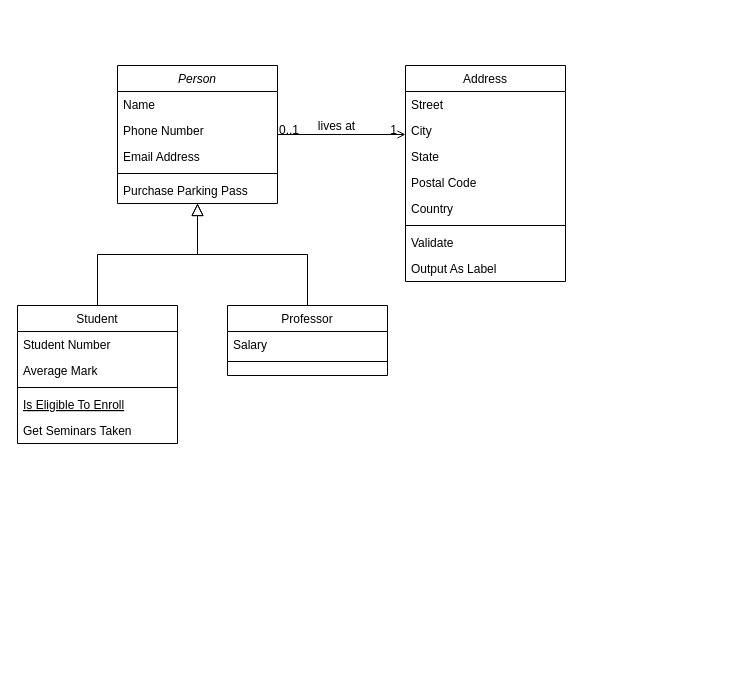
Before: LibreriaWeb.drawio in NachoCro/LibreriaWeb, a draw.io diagram. Source tidied: cells renumbered, new cells numbered last; positions are measured from the earlier drawing's top-left corner, leaving out a move shared by most shapes. Both pictures are drawn from the tidied source at 100%, with x=0, y=0 at pixel (17, 65).
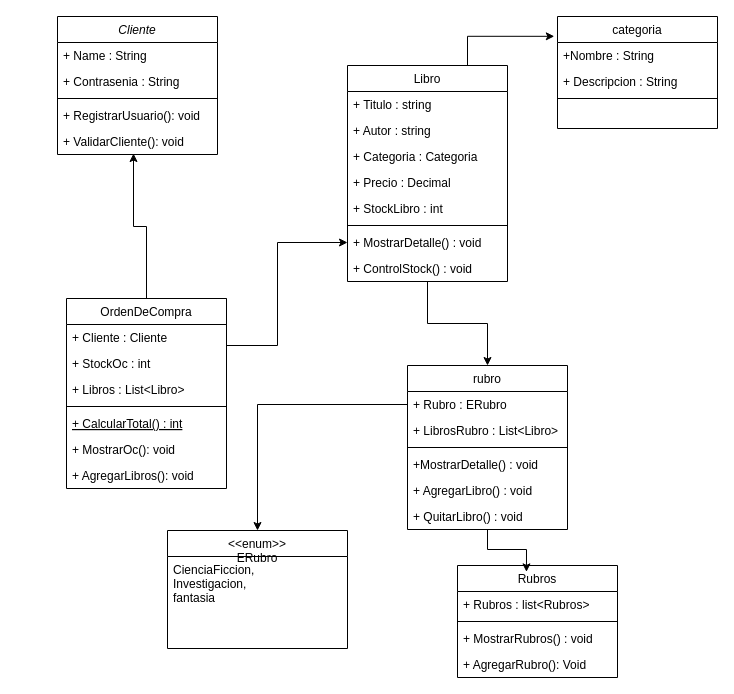
The same diagram, later.

Change to the diagram source:
```diff
@@
-    <mxCell id="2" value="Person" style="swimlane;fontStyle=2;align=center;verticalAlign=top;horizontal=1;startSize=26;rounded=0;shadow=0;strokeWidth=1;" parent="1" vertex="1">
-      <mxGeometry x="100" width="160" height="138" as="geometry" />
+    <mxCell id="2" value="Cliente" style="swimlane;fontStyle=2;align=center;verticalAlign=top;horizontal=1;startSize=26;rounded=0;shadow=0;strokeWidth=1;" parent="1" vertex="1">
+      <mxGeometry x="40" y="-49" width="160" height="138" as="geometry" />
     </mxCell>
-    <mxCell id="3" value="Name" style="text;align=left;verticalAlign=top;spacingLeft=4;spacingRight=4;overflow=hidden;" parent="2" vertex="1">
+    <mxCell id="3" value="+ Name : String" style="text;align=left;verticalAlign=top;spacingLeft=4;spacingRight=4;overflow=hidden;" parent="2" vertex="1">
       <mxGeometry y="26" width="160" height="26" as="geometry" />
     </mxCell>
-    <mxCell id="4" value="Phone Number" style="text;align=left;verticalAlign=top;spacingLeft=4;spacingRight=4;overflow=hidden;rounded=0;shadow=0;html=0;" parent="2" vertex="1">
+    <mxCell id="4" value="+ Contrasenia : String" style="text;align=left;verticalAlign=top;spacingLeft=4;spacingRight=4;overflow=hidden;rounded=0;shadow=0;html=0;" parent="2" vertex="1">
       <mxGeometry y="52" width="160" height="26" as="geometry" />
     </mxCell>
-    <mxCell id="5" value="Email Address" style="text;align=left;verticalAlign=top;spacingLeft=4;spacingRight=4;overflow=hidden;rounded=0;shadow=0;html=0;" parent="2" vertex="1">
-      <mxGeometry y="78" width="160" height="26" as="geometry" />
-    </mxCell>
     <mxCell id="6" style="line;html=1;strokeWidth=1;align=left;verticalAlign=middle;spacingTop=-1;spacingLeft=3;spacingRight=3;labelPosition=right;" parent="2" vertex="1">
-      <mxGeometry y="104" width="160" height="8" as="geometry" />
+      <mxGeometry y="78" width="160" height="8" as="geometry" />
     </mxCell>
-    <mxCell id="7" value="Purchase Parking Pass" style="text;align=left;verticalAlign=top;spacingLeft=4;spacingRight=4;overflow=hidden;" parent="2" vertex="1">
-      <mxGeometry y="112" width="160" height="26" as="geometry" />
+    <mxCell id="7" value="+ RegistrarUsuario(): void" style="text;align=left;verticalAlign=top;spacingLeft=4;spacingRight=4;overflow=hidden;" parent="2" vertex="1">
+      <mxGeometry y="86" width="160" height="26" as="geometry" />
     </mxCell>
+    <mxCell id="32" value="+ ValidarCliente(): void" style="text;align=left;verticalAlign=top;spacingLeft=4;spacingRight=4;overflow=hidden;points=[[0,0.5],[1,0.5]];portConstraint=eastwest;" parent="2" vertex="1">
+      <mxGeometry y="112" width="160" height="26" as="geometry" />
+    </mxCell>
+    <mxCell id="33" style="edgeStyle=orthogonalEdgeStyle;rounded=0;jettySize=auto;html=1;exitX=1;exitY=0;exitDx=0;exitDy=0;entryX=0;entryY=0.5;entryDx=0;entryDy=0;" parent="1" edge="1" source="8" target="26">
+      <mxGeometry relative="1" as="geometry">
+        <Array as="points">
+          <mxPoint x="209" y="280" />
+          <mxPoint x="260" y="280" />
+          <mxPoint x="260" y="177" />
+        </Array>
+      </mxGeometry>
+    </mxCell>
-    <mxCell id="8" value="Student" style="swimlane;fontStyle=0;align=center;verticalAlign=top;horizontal=1;startSize=26;rounded=0;shadow=0;strokeWidth=1;" parent="1" vertex="1">
-      <mxGeometry y="240" width="160" height="138" as="geometry" />
+    <mxCell id="8" value="OrdenDeCompra&#10;" style="swimlane;fontStyle=0;align=center;verticalAlign=top;horizontal=1;startSize=26;rounded=0;shadow=0;strokeWidth=1;" parent="1" vertex="1">
+      <mxGeometry x="49" y="233" width="160" height="190" as="geometry" />
     </mxCell>
-    <mxCell id="9" value="Student Number" style="text;align=left;verticalAlign=top;spacingLeft=4;spacingRight=4;overflow=hidden;" parent="8" vertex="1">
+    <mxCell id="9" value="+ Cliente : Cliente   " style="text;align=left;verticalAlign=top;spacingLeft=4;spacingRight=4;overflow=hidden;" parent="8" vertex="1">
       <mxGeometry y="26" width="160" height="26" as="geometry" />
     </mxCell>
-    <mxCell id="10" value="Average Mark" style="text;align=left;verticalAlign=top;spacingLeft=4;spacingRight=4;overflow=hidden;rounded=0;shadow=0;html=0;" parent="8" vertex="1">
+    <mxCell id="10" value="+ StockOc : int" style="text;align=left;verticalAlign=top;spacingLeft=4;spacingRight=4;overflow=hidden;rounded=0;shadow=0;html=0;" parent="8" vertex="1">
       <mxGeometry y="52" width="160" height="26" as="geometry" />
     </mxCell>
+    <mxCell id="34" value="+ Libros : List&lt;Libro&gt;" style="text;align=left;verticalAlign=top;spacingLeft=4;spacingRight=4;overflow=hidden;rounded=0;shadow=0;html=0;" parent="8" vertex="1">
+      <mxGeometry y="78" width="160" height="26" as="geometry" />
+    </mxCell>
     <mxCell id="11" style="line;html=1;strokeWidth=1;align=left;verticalAlign=middle;spacingTop=-1;spacingLeft=3;spacingRight=3;labelPosition=right;" parent="8" vertex="1">
-      <mxGeometry y="78" width="160" height="8" as="geometry" />
+      <mxGeometry y="104" width="160" height="8" as="geometry" />
     </mxCell>
-    <mxCell id="12" value="Is Eligible To Enroll" style="text;align=left;verticalAlign=top;spacingLeft=4;spacingRight=4;overflow=hidden;fontStyle=4;" parent="8" vertex="1">
-      <mxGeometry y="86" width="160" height="26" as="geometry" />
+    <mxCell id="12" value="+ CalcularTotal() : int" style="text;align=left;verticalAlign=top;spacingLeft=4;spacingRight=4;overflow=hidden;fontStyle=4;" parent="8" vertex="1">
+      <mxGeometry y="112" width="160" height="26" as="geometry" />
     </mxCell>
-    <mxCell id="13" value="Get Seminars Taken" style="text;align=left;verticalAlign=top;spacingLeft=4;spacingRight=4;overflow=hidden;" parent="8" vertex="1">
-      <mxGeometry y="112" width="160" height="26" as="geometry" />
+    <mxCell id="13" value="+ MostrarOc(): void" style="text;align=left;verticalAlign=top;spacingLeft=4;spacingRight=4;overflow=hidden;" parent="8" vertex="1">
+      <mxGeometry y="138" width="160" height="26" as="geometry" />
     </mxCell>
-    <mxCell id="14" style="endArrow=block;endSize=10;endFill=0;shadow=0;strokeWidth=1;rounded=0;curved=0;edgeStyle=elbowEdgeStyle;elbow=vertical;" parent="1" edge="1" source="8" target="2">
-      <mxGeometry relative="1" as="geometry" />
-    </mxCell>
+    <mxCell id="35" value="+ AgregarLibros(): void" style="text;align=left;verticalAlign=top;spacingLeft=4;spacingRight=4;overflow=hidden;" parent="8" vertex="1">
+      <mxGeometry y="164" width="160" height="26" as="geometry" />
+    </mxCell>
-    <mxCell id="15" value="Professor" style="swimlane;fontStyle=0;align=center;verticalAlign=top;horizontal=1;startSize=26;rounded=0;shadow=0;strokeWidth=1;" parent="1" vertex="1">
-      <mxGeometry x="210" y="240" width="160" height="70" as="geometry" />
+    <mxCell id="15" value="rubro" style="swimlane;fontStyle=0;align=center;verticalAlign=top;horizontal=1;startSize=26;rounded=0;shadow=0;strokeWidth=1;" parent="1" vertex="1">
+      <mxGeometry x="390" y="300" width="160" height="164" as="geometry" />
     </mxCell>
-    <mxCell id="16" value="Salary" style="text;align=left;verticalAlign=top;spacingLeft=4;spacingRight=4;overflow=hidden;points=[[0,0.5],[1,0.5]];portConstraint=eastwest;" parent="15" vertex="1">
+    <mxCell id="16" value="+ Rubro : ERubro&#10;" style="text;align=left;verticalAlign=top;spacingLeft=4;spacingRight=4;overflow=hidden;points=[[0,0.5],[1,0.5]];portConstraint=eastwest;" parent="15" vertex="1">
       <mxGeometry y="26" width="160" height="26" as="geometry" />
     </mxCell>
+    <mxCell id="36" value="+ LibrosRubro : List&lt;Libro&gt;" style="text;align=left;verticalAlign=top;spacingLeft=4;spacingRight=4;overflow=hidden;" parent="15" vertex="1">
+      <mxGeometry y="52" width="160" height="26" as="geometry" />
+    </mxCell>
     <mxCell id="17" style="line;html=1;strokeWidth=1;align=left;verticalAlign=middle;spacingTop=-1;spacingLeft=3;spacingRight=3;labelPosition=right;" parent="15" vertex="1">
-      <mxGeometry y="52" width="160" height="8" as="geometry" />
+      <mxGeometry y="78" width="160" height="8" as="geometry" />
     </mxCell>
-    <mxCell id="18" style="endArrow=block;endSize=10;endFill=0;shadow=0;strokeWidth=1;rounded=0;curved=0;edgeStyle=elbowEdgeStyle;elbow=vertical;" parent="1" edge="1" source="15" target="2">
-      <mxGeometry relative="1" as="geometry" />
-    </mxCell>
+    <mxCell id="37" value="+MostrarDetalle() : void" style="text;align=left;verticalAlign=top;spacingLeft=4;spacingRight=4;overflow=hidden;" parent="15" vertex="1">
+      <mxGeometry y="86" width="160" height="26" as="geometry" />
+    </mxCell>
+    <mxCell id="38" value="+ AgregarLibro() : void" style="text;align=left;verticalAlign=top;spacingLeft=4;spacingRight=4;overflow=hidden;" parent="15" vertex="1">
+      <mxGeometry y="112" width="160" height="26" as="geometry" />
+    </mxCell>
+    <mxCell id="39" value="+ QuitarLibro() : void" style="text;align=left;verticalAlign=top;spacingLeft=4;spacingRight=4;overflow=hidden;" parent="15" vertex="1">
+      <mxGeometry y="138" width="160" height="26" as="geometry" />
+    </mxCell>
+    <mxCell id="40" style="edgeStyle=orthogonalEdgeStyle;rounded=0;jettySize=auto;html=1;exitX=0.5;exitY=1;exitDx=0;exitDy=0;entryX=0.5;entryY=0;entryDx=0;entryDy=0;" parent="1" edge="1" source="19" target="15">
+      <mxGeometry relative="1" as="geometry" />
+    </mxCell>
-    <mxCell id="19" value="Address" style="swimlane;fontStyle=0;align=center;verticalAlign=top;horizontal=1;startSize=26;rounded=0;shadow=0;strokeWidth=1;" parent="1" vertex="1">
-      <mxGeometry x="388" width="160" height="216" as="geometry" />
+    <mxCell id="19" value="Libro" style="swimlane;fontStyle=0;align=center;verticalAlign=top;horizontal=1;startSize=26;rounded=0;shadow=0;strokeWidth=1;" parent="1" vertex="1">
+      <mxGeometry x="330" width="160" height="216" as="geometry" />
     </mxCell>
-    <mxCell id="20" value="Street" style="text;align=left;verticalAlign=top;spacingLeft=4;spacingRight=4;overflow=hidden;" parent="19" vertex="1">
+    <mxCell id="20" value="+ Titulo : string" style="text;align=left;verticalAlign=top;spacingLeft=4;spacingRight=4;overflow=hidden;" parent="19" vertex="1">
       <mxGeometry y="26" width="160" height="26" as="geometry" />
     </mxCell>
-    <mxCell id="21" value="City" style="text;align=left;verticalAlign=top;spacingLeft=4;spacingRight=4;overflow=hidden;rounded=0;shadow=0;html=0;" parent="19" vertex="1">
+    <mxCell id="21" value="+ Autor : string" style="text;align=left;verticalAlign=top;spacingLeft=4;spacingRight=4;overflow=hidden;rounded=0;shadow=0;html=0;" parent="19" vertex="1">
       <mxGeometry y="52" width="160" height="26" as="geometry" />
     </mxCell>
-    <mxCell id="22" value="State" style="text;align=left;verticalAlign=top;spacingLeft=4;spacingRight=4;overflow=hidden;rounded=0;shadow=0;html=0;" parent="19" vertex="1">
+    <mxCell id="22" value="+ Categoria : Categoria" style="text;align=left;verticalAlign=top;spacingLeft=4;spacingRight=4;overflow=hidden;rounded=0;shadow=0;html=0;" parent="19" vertex="1">
       <mxGeometry y="78" width="160" height="26" as="geometry" />
     </mxCell>
-    <mxCell id="23" value="Postal Code" style="text;align=left;verticalAlign=top;spacingLeft=4;spacingRight=4;overflow=hidden;rounded=0;shadow=0;html=0;" parent="19" vertex="1">
+    <mxCell id="23" value="+ Precio : Decimal" style="text;align=left;verticalAlign=top;spacingLeft=4;spacingRight=4;overflow=hidden;rounded=0;shadow=0;html=0;" parent="19" vertex="1">
       <mxGeometry y="104" width="160" height="26" as="geometry" />
     </mxCell>
-    <mxCell id="24" value="Country" style="text;align=left;verticalAlign=top;spacingLeft=4;spacingRight=4;overflow=hidden;rounded=0;shadow=0;html=0;" parent="19" vertex="1">
+    <mxCell id="24" value="+ StockLibro : int &#10;" style="text;align=left;verticalAlign=top;spacingLeft=4;spacingRight=4;overflow=hidden;rounded=0;shadow=0;html=0;" parent="19" vertex="1">
       <mxGeometry y="130" width="160" height="26" as="geometry" />
     </mxCell>
@@
-    <mxCell id="26" value="Validate" style="text;align=left;verticalAlign=top;spacingLeft=4;spacingRight=4;overflow=hidden;points=[[0,0.5],[1,0.5]];portConstraint=eastwest;" parent="19" vertex="1">
+    <mxCell id="26" value="+ MostrarDetalle() : void " style="text;align=left;verticalAlign=top;spacingLeft=4;spacingRight=4;overflow=hidden;points=[[0,0.5],[1,0.5]];portConstraint=eastwest;" parent="19" vertex="1">
       <mxGeometry y="164" width="160" height="26" as="geometry" />
     </mxCell>
-    <mxCell id="27" value="Output As Label" style="text;align=left;verticalAlign=top;spacingLeft=4;spacingRight=4;overflow=hidden;" parent="19" vertex="1">
-      <mxGeometry y="190" width="160" height="26" as="geometry" />
+    <mxCell id="27" value="+ ControlStock() : void" style="text;align=left;verticalAlign=top;spacingLeft=4;spacingRight=4;overflow=hidden;" parent="19" vertex="1">
+      <mxGeometry y="190" width="160" height="20" as="geometry" />
     </mxCell>
-    <mxCell id="28" style="endArrow=open;shadow=0;strokeWidth=1;rounded=0;curved=0;endFill=1;edgeStyle=elbowEdgeStyle;elbow=vertical;" parent="1" edge="1" source="2" target="19">
-      <mxGeometry x="0.5" y="41" relative="1" as="geometry">
-        <mxPoint x="-40" y="32" as="offset" />
-      </mxGeometry>
-    </mxCell>
-    <mxCell id="29" value="0..1" style="align=left;verticalAlign=bottom;labelBackgroundColor=none;fontSize=12;" parent="28" vertex="1">
-      <mxGeometry x="-1" relative="1" as="geometry">
-        <mxPoint y="4" as="offset" />
-      </mxGeometry>
-    </mxCell>
-    <mxCell id="30" value="1" style="align=right;verticalAlign=bottom;labelBackgroundColor=none;fontSize=12;" parent="28" vertex="1">
-      <mxGeometry x="1" relative="1" as="geometry">
-        <mxPoint x="-7" y="4" as="offset" />
-      </mxGeometry>
-    </mxCell>
-    <mxCell id="31" value="lives at" style="text;html=1;align=center;verticalAlign=middle;labelBackgroundColor=none;rounded=0;shadow=0;strokeWidth=1;fontSize=12;" parent="28" vertex="1">
-      <mxGeometry x="0.5" y="49" relative="1" as="geometry">
-        <mxPoint x="-38" y="40" as="offset" />
-      </mxGeometry>
-    </mxCell>
+    <mxCell id="41" style="edgeStyle=orthogonalEdgeStyle;rounded=0;jettySize=auto;html=1;exitX=0.5;exitY=0;exitDx=0;exitDy=0;entryX=0.475;entryY=0.962;entryDx=0;entryDy=0;entryPerimeter=0;" parent="1" edge="1" source="8" target="32">
+      <mxGeometry relative="1" as="geometry" />
+    </mxCell>
+    <mxCell id="42" value="categoria" style="swimlane;fontStyle=0;align=center;verticalAlign=top;horizontal=1;startSize=26;rounded=0;shadow=0;strokeWidth=1;" parent="1" vertex="1">
+      <mxGeometry x="540" y="-49" width="160" height="112" as="geometry" />
+    </mxCell>
+    <mxCell id="43" value="+Nombre : String    " style="text;align=left;verticalAlign=top;spacingLeft=4;spacingRight=4;overflow=hidden;" parent="42" vertex="1">
+      <mxGeometry y="26" width="160" height="26" as="geometry" />
+    </mxCell>
+    <mxCell id="44" value="+ Descripcion : String" style="text;align=left;verticalAlign=top;spacingLeft=4;spacingRight=4;overflow=hidden;" parent="42" vertex="1">
+      <mxGeometry y="52" width="160" height="26" as="geometry" />
+    </mxCell>
+    <mxCell id="45" style="line;html=1;strokeWidth=1;align=left;verticalAlign=middle;spacingTop=-1;spacingLeft=3;spacingRight=3;labelPosition=right;" parent="42" vertex="1">
+      <mxGeometry y="78" width="160" height="8" as="geometry" />
+    </mxCell>
+    <mxCell id="46" value="Rubros" style="swimlane;fontStyle=0;align=center;verticalAlign=top;horizontal=1;startSize=26;rounded=0;shadow=0;strokeWidth=1;" parent="1" vertex="1">
+      <mxGeometry x="440" y="500" width="160" height="112" as="geometry" />
+    </mxCell>
+    <mxCell id="47" value="+ Rubros : list&lt;Rubros&gt;" style="text;align=left;verticalAlign=top;spacingLeft=4;spacingRight=4;overflow=hidden;" parent="46" vertex="1">
+      <mxGeometry y="26" width="160" height="26" as="geometry" />
+    </mxCell>
+    <mxCell id="48" style="line;html=1;strokeWidth=1;align=left;verticalAlign=middle;spacingTop=-1;spacingLeft=3;spacingRight=3;labelPosition=right;" parent="46" vertex="1">
+      <mxGeometry y="52" width="160" height="8" as="geometry" />
+    </mxCell>
+    <mxCell id="49" value="+ MostrarRubros() : void" style="text;align=left;verticalAlign=top;spacingLeft=4;spacingRight=4;overflow=hidden;" parent="46" vertex="1">
+      <mxGeometry y="60" width="160" height="26" as="geometry" />
+    </mxCell>
+    <mxCell id="50" value="+ AgregarRubro(): Void" style="text;align=left;verticalAlign=top;spacingLeft=4;spacingRight=4;overflow=hidden;" parent="46" vertex="1">
+      <mxGeometry y="86" width="160" height="26" as="geometry" />
+    </mxCell>
+    <mxCell id="51" value="&lt;&lt;enum&gt;&gt;&#10;ERubro" style="swimlane;fontStyle=0;align=center;verticalAlign=top;horizontal=1;startSize=26;rounded=0;shadow=0;strokeWidth=1;" parent="1" vertex="1">
+      <mxGeometry x="150" y="465" width="180" height="118" as="geometry" />
+    </mxCell>
+    <mxCell id="52" value="CienciaFiccion, &#10;Investigacion,&#10;fantasia" style="text;align=left;verticalAlign=top;spacingLeft=4;spacingRight=4;overflow=hidden;" parent="51" vertex="1">
+      <mxGeometry y="26" width="180" height="64" as="geometry" />
+    </mxCell>
+    <mxCell id="53" style="edgeStyle=orthogonalEdgeStyle;rounded=0;jettySize=auto;html=1;exitX=0.75;exitY=0;exitDx=0;exitDy=0;entryX=-0.02;entryY=0.177;entryDx=0;entryDy=0;entryPerimeter=0;" parent="1" edge="1" source="19" target="42">
+      <mxGeometry relative="1" as="geometry" />
+    </mxCell>
+    <mxCell id="54" style="edgeStyle=orthogonalEdgeStyle;rounded=0;jettySize=auto;html=1;exitX=0.5;exitY=1;exitDx=0;exitDy=0;entryX=0.431;entryY=0.057;entryDx=0;entryDy=0;entryPerimeter=0;" parent="1" edge="1" source="15" target="46">
+      <mxGeometry relative="1" as="geometry" />
+    </mxCell>
+    <mxCell id="55" style="edgeStyle=orthogonalEdgeStyle;rounded=0;jettySize=auto;html=1;exitX=0;exitY=0.5;exitDx=0;exitDy=0;entryX=0.5;entryY=0;entryDx=0;entryDy=0;" parent="1" edge="1" source="16" target="51">
+      <mxGeometry relative="1" as="geometry" />
+    </mxCell>
```
